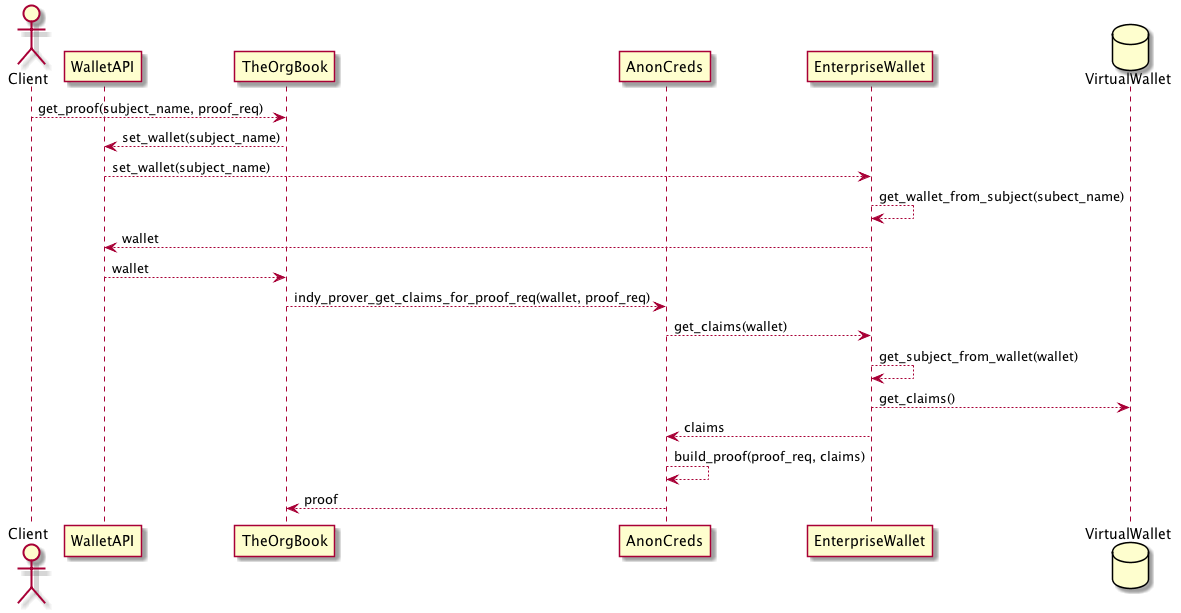
bcgov/indy-sdk keeps this PlantUML diagram as doc/ew-query1-virtual-wallet.png. Above is the earlier version. Source of this version:
```plantuml
@startuml
actor Client
participant Client order 10
participant TheOrgBook order 20
participant AnonCreds order 30
participant EnterpriseWallet order 40
database VirtualWallet order 50
Client --> TheOrgBook: get_proof(subject_name, proof_req)
TheOrgBook --> WalletAPI: set_wallet(subject_name)
WalletAPI --> EnterpriseWallet: set_wallet(subject_name)
EnterpriseWallet --> EnterpriseWallet: get_wallet_from_subject(subect_name)
EnterpriseWallet --> WalletAPI: wallet
WalletAPI --> TheOrgBook: wallet
TheOrgBook --> AnonCreds: indy_prover_get_claims_for_proof_req(wallet, proof_req)
AnonCreds --> EnterpriseWallet: get_claims(wallet)
EnterpriseWallet --> EnterpriseWallet: get_subject_from_wallet(wallet)
EnterpriseWallet --> VirtualWallet: get_claims()
EnterpriseWallet --> AnonCreds: claims
AnonCreds --> AnonCreds: build_proof(proof_req, claims)
AnonCreds --> TheOrgBook: proof
@enduml
```
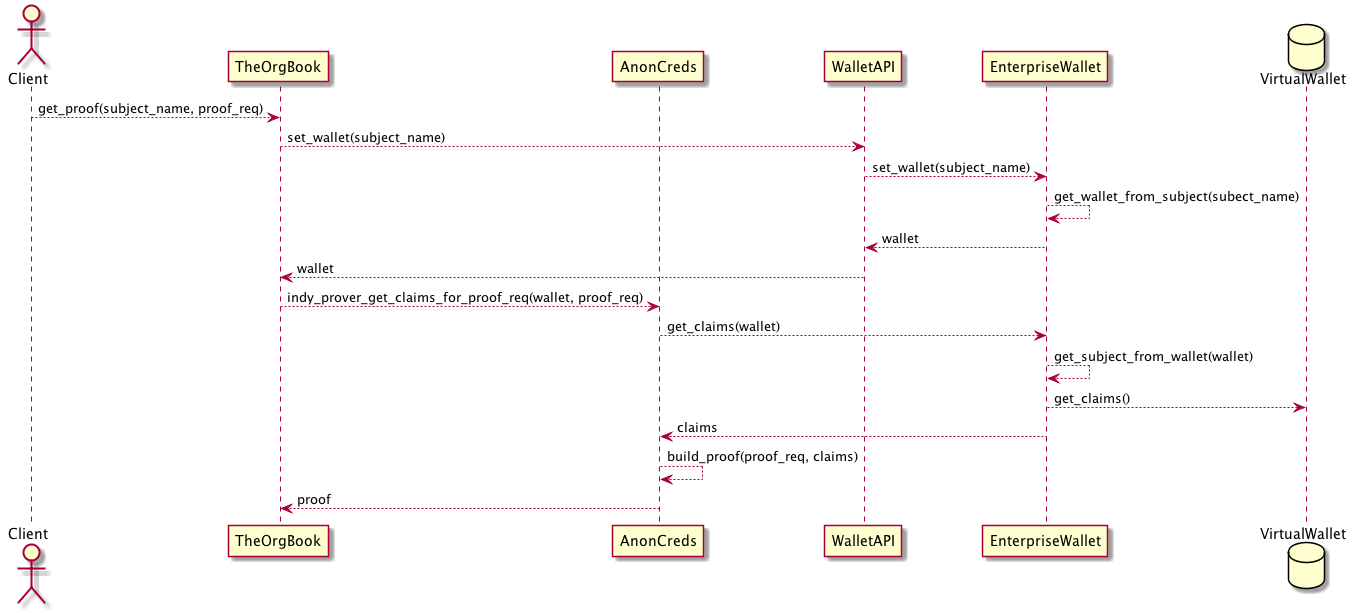
Above is the later version.

Commit message:
Fix ordering of seq diagram

The edit, as a diff of the source:
```diff
@@ -3,8 +3,9 @@
 participant Client order 10
 participant TheOrgBook order 20
 participant AnonCreds order 30
-participant EnterpriseWallet order 40
-database VirtualWallet order 50
+participant WalletAPI order 40
+participant EnterpriseWallet order 50
+database VirtualWallet order 60
 Client --> TheOrgBook: get_proof(subject_name, proof_req)
 TheOrgBook --> WalletAPI: set_wallet(subject_name)
 WalletAPI --> EnterpriseWallet: set_wallet(subject_name)
```
